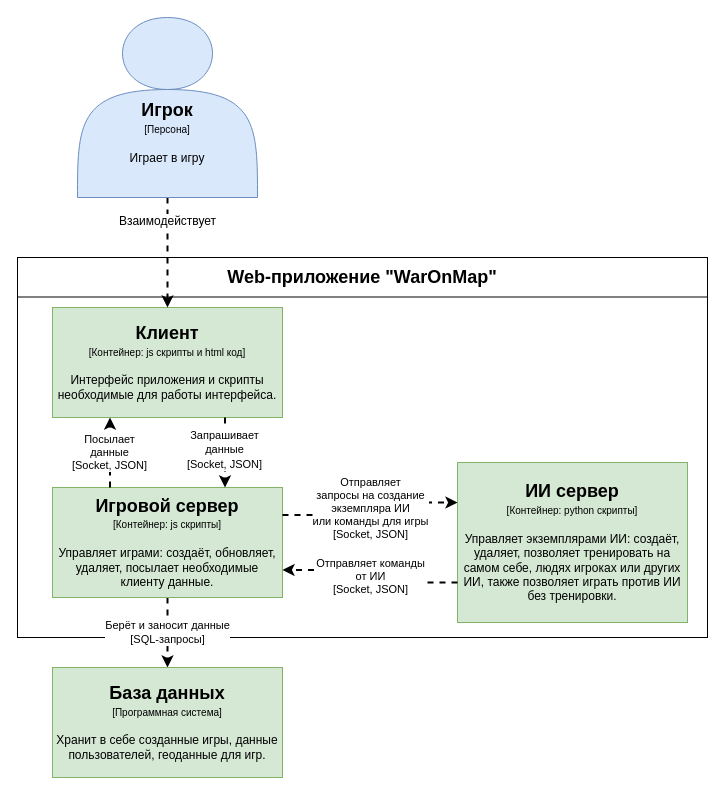
7kia/dissertation-of-master-student keeps this draw.io diagram as Модельный граф/Model-graph_Container-diagram.drawio. Above is the earlier version. Source tidied: cells renumbered, new cells numbered last; positions are measured from the earlier drawing's top-left corner, leaving out a move shared by most shapes. Both pictures are drawn from the tidied source at 100%, with x=0, y=0 at pixel (17, 17).
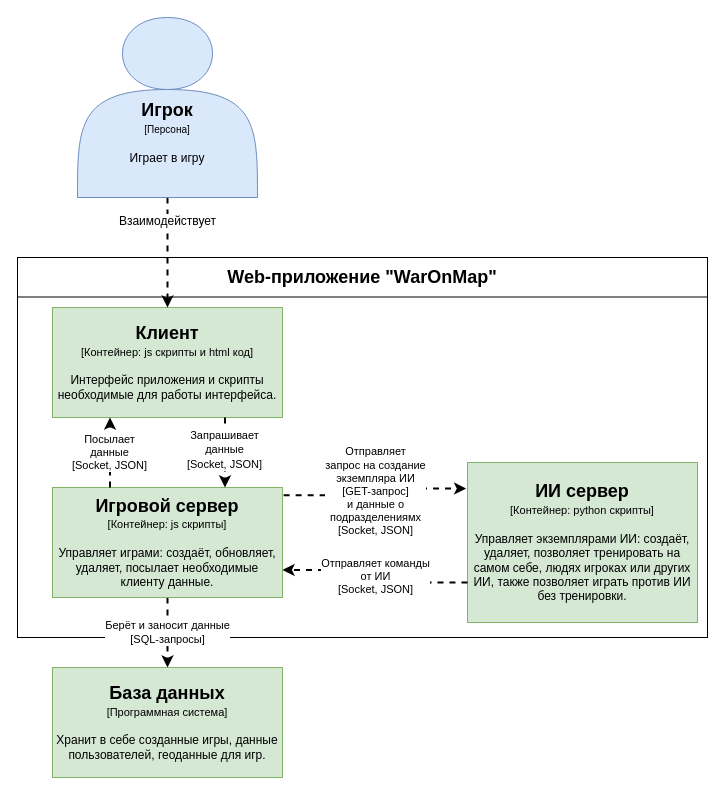
The same diagram, later.

Commit message (it also covers changes not shown here):
Добавлена диаграмма контейнеров

Diff of the diagram source:
```diff
@@
 <mxGraphModel>
   <root>
     <mxCell id="0" />
     <mxCell id="1" parent="0" />
     <mxCell id="2" style="group;" parent="1" vertex="1">
       <mxGeometry y="240" width="690" height="380" as="geometry" />
     </mxCell>
     <mxCell id="3" style="group;" parent="2" vertex="1">
       <mxGeometry width="690" height="380" as="geometry" />
     </mxCell>
     <mxCell id="4" style="rounded=0;whiteSpace=wrap;html=1;" parent="3" vertex="1">
       <mxGeometry width="690" height="380" as="geometry" />
     </mxCell>
     <mxCell id="5" value="&lt;b&gt;&lt;font style=&quot;font-size: 18px&quot;&gt;Web-приложение &quot;WarOnMap&quot;&lt;/font&gt;&lt;/b&gt;" style="rounded=0;whiteSpace=wrap;html=1;" parent="3" vertex="1">
       <mxGeometry width="690" height="39.5" as="geometry" />
     </mxCell>
-    <mxCell id="6" value="&lt;div&gt;&lt;b&gt;&lt;font style=&quot;font-size: 18px&quot;&gt;Клиент&lt;/font&gt;&lt;/b&gt;&lt;br&gt;&lt;/div&gt;&lt;div&gt;&lt;font style=&quot;font-size: 10px&quot;&gt;[&lt;/font&gt;&lt;font style=&quot;font-size: 10px&quot;&gt;&lt;span class=&quot;tlid-translation translation&quot; lang=&quot;ru&quot;&gt;&lt;span title=&quot;&quot; class=&quot;&quot;&gt;Контейнер: js скрипты и html код]&lt;/span&gt;&lt;/span&gt;&lt;/font&gt;&lt;/div&gt;&lt;div&gt;&lt;font style=&quot;font-size: 10px&quot;&gt;&lt;br&gt;&lt;/font&gt;&lt;/div&gt;&lt;div&gt;Интерфейс приложения и скрипты необходимые для работы интерфейса.&lt;br&gt;&lt;/div&gt;" style="rounded=0;whiteSpace=wrap;html=1;fillColor=#d5e8d4;strokeColor=#82b366;" parent="3" vertex="1">
+    <mxCell id="6" value="&lt;div&gt;&lt;b&gt;&lt;font style=&quot;font-size: 18px&quot;&gt;Клиент&lt;/font&gt;&lt;/b&gt;&lt;br&gt;&lt;/div&gt;&lt;div&gt;&lt;font style=&quot;font-size: 11px&quot;&gt;[&lt;/font&gt;&lt;font style=&quot;font-size: 11px&quot;&gt;&lt;span class=&quot;tlid-translation translation&quot; lang=&quot;ru&quot;&gt;&lt;span title=&quot;&quot; class=&quot;&quot;&gt;Контейнер: js скрипты и html код]&lt;/span&gt;&lt;/span&gt;&lt;/font&gt;&lt;/div&gt;&lt;div&gt;&lt;font style=&quot;font-size: 10px&quot;&gt;&lt;br&gt;&lt;/font&gt;&lt;/div&gt;&lt;div&gt;Интерфейс приложения и скрипты необходимые для работы интерфейса.&lt;br&gt;&lt;/div&gt;" style="rounded=0;whiteSpace=wrap;html=1;fillColor=#d5e8d4;strokeColor=#82b366;" parent="3" vertex="1">
       <mxGeometry x="35" y="50" width="230" height="110" as="geometry" />
     </mxCell>
+    <mxCell id="15" value="&lt;div&gt;&lt;b&gt;&lt;font style=&quot;font-size: 18px&quot;&gt;ИИ сервер&lt;/font&gt;&lt;/b&gt;&lt;br&gt;&lt;/div&gt;&lt;div&gt;&lt;font style=&quot;font-size: 11px&quot;&gt;[&lt;/font&gt;&lt;font style=&quot;font-size: 11px&quot;&gt;&lt;span class=&quot;tlid-translation translation&quot; lang=&quot;ru&quot;&gt;&lt;span title=&quot;&quot; class=&quot;&quot;&gt;Контейнер: python скрипты]&lt;/span&gt;&lt;/span&gt;&lt;/font&gt;&lt;/div&gt;&lt;div&gt;&lt;font style=&quot;font-size: 10px&quot;&gt;&lt;br&gt;&lt;/font&gt;&lt;/div&gt;&lt;div&gt;Управляет экземплярами ИИ: создаёт, удаляет, позволяет тренировать на самом себе, людях игроках или других ИИ, также позволяет играть против ИИ без тренировки.&lt;br&gt;&lt;/div&gt;" style="rounded=0;whiteSpace=wrap;html=1;fillColor=#d5e8d4;strokeColor=#82b366;" parent="3" vertex="1">
+      <mxGeometry x="450" y="205" width="230" height="160" as="geometry" />
+    </mxCell>
     <mxCell id="7" value="&lt;div&gt;Берёт и заносит данные&lt;/div&gt;&lt;div&gt;[SQL-запросы]&lt;br&gt;&lt;/div&gt;" style="edgeStyle=orthogonalEdgeStyle;rounded=0;jettySize=auto;html=1;dashed=1;strokeWidth=2;exitX=0.5;exitY=1;exitDx=0;exitDy=0;" parent="1" edge="1" source="11" target="10">
       <mxGeometry relative="1" as="geometry" />
     </mxCell>
     <mxCell id="8" value="&lt;font style=&quot;font-size: 12px&quot;&gt;Взаимодействует&lt;/font&gt;" style="edgeStyle=orthogonalEdgeStyle;rounded=0;jettySize=auto;html=1;exitX=0.5;exitY=1;exitDx=0;exitDy=0;entryX=0.5;entryY=0;entryDx=0;entryDy=0;dashed=1;strokeWidth=2;" parent="1" edge="1" source="9" target="6">
       <mxGeometry x="-0.57" relative="1" as="geometry" />
     </mxCell>
     <mxCell id="9" value="&lt;div&gt;&lt;br&gt;&lt;/div&gt;&lt;div&gt;&lt;br&gt;&lt;/div&gt;&lt;div&gt;&lt;b&gt;&lt;font style=&quot;font-size: 18px&quot;&gt;&lt;br&gt;&lt;/font&gt;&lt;/b&gt;&lt;/div&gt;&lt;div&gt;&lt;b&gt;&lt;font style=&quot;font-size: 18px&quot;&gt;Игрок&lt;br&gt;&lt;/font&gt;&lt;/b&gt;&lt;/div&gt;&lt;div&gt;&lt;font style=&quot;font-size: 10px&quot;&gt;[Персона]&lt;/font&gt;&lt;/div&gt;&lt;div&gt;&lt;font style=&quot;font-size: 10px&quot;&gt;&lt;br&gt;&lt;/font&gt;&lt;/div&gt;&lt;div&gt;Играет в игру&lt;br&gt;&lt;/div&gt;" style="shape=actor;whiteSpace=wrap;html=1;fillColor=#dae8fc;strokeColor=#6c8ebf;" parent="1" vertex="1">
       <mxGeometry x="60" width="180" height="180" as="geometry" />
     </mxCell>
-    <mxCell id="10" value="&lt;div&gt;&lt;b&gt;&lt;font style=&quot;font-size: 18px&quot;&gt;База данных&lt;/font&gt;&lt;/b&gt;&lt;br&gt;&lt;/div&gt;&lt;div&gt;&lt;font style=&quot;font-size: 10px&quot;&gt;[&lt;/font&gt;&lt;font style=&quot;font-size: 10px&quot;&gt;&lt;span class=&quot;tlid-translation translation&quot; lang=&quot;ru&quot;&gt;&lt;span title=&quot;&quot; class=&quot;&quot;&gt;Программная система&lt;/span&gt;&lt;/span&gt;]&lt;/font&gt;&lt;/div&gt;&lt;div&gt;&lt;font style=&quot;font-size: 10px&quot;&gt;&lt;br&gt;&lt;/font&gt;&lt;/div&gt;&lt;div&gt;Хранит в себе созданные игры, данные пользователей, геоданные для игр.&lt;br&gt;&lt;/div&gt;" style="rounded=0;whiteSpace=wrap;html=1;fillColor=#d5e8d4;strokeColor=#82b366;" parent="1" vertex="1">
+    <mxCell id="10" value="&lt;div&gt;&lt;b&gt;&lt;font style=&quot;font-size: 18px&quot;&gt;База данных&lt;/font&gt;&lt;/b&gt;&lt;br&gt;&lt;/div&gt;&lt;div&gt;&lt;font style=&quot;font-size: 11px&quot;&gt;[&lt;/font&gt;&lt;font style=&quot;font-size: 11px&quot;&gt;&lt;span class=&quot;tlid-translation translation&quot; lang=&quot;ru&quot;&gt;&lt;span title=&quot;&quot; class=&quot;&quot;&gt;Программная система&lt;/span&gt;&lt;/span&gt;]&lt;/font&gt;&lt;/div&gt;&lt;div&gt;&lt;font style=&quot;font-size: 10px&quot;&gt;&lt;br&gt;&lt;/font&gt;&lt;/div&gt;&lt;div&gt;Хранит в себе созданные игры, данные пользователей, геоданные для игр.&lt;br&gt;&lt;/div&gt;" style="rounded=0;whiteSpace=wrap;html=1;fillColor=#d5e8d4;strokeColor=#82b366;" parent="1" vertex="1">
       <mxGeometry x="35" y="650" width="230" height="110" as="geometry" />
     </mxCell>
-    <mxCell id="11" value="&lt;div&gt;&lt;b&gt;&lt;font style=&quot;font-size: 18px&quot;&gt;Игровой сервер&lt;/font&gt;&lt;/b&gt;&lt;br&gt;&lt;/div&gt;&lt;div&gt;&lt;font style=&quot;font-size: 10px&quot;&gt;[&lt;/font&gt;&lt;font style=&quot;font-size: 10px&quot;&gt;&lt;span class=&quot;tlid-translation translation&quot; lang=&quot;ru&quot;&gt;&lt;span title=&quot;&quot; class=&quot;&quot;&gt;Контейнер: js скрипты]&lt;/span&gt;&lt;/span&gt;&lt;/font&gt;&lt;/div&gt;&lt;div&gt;&lt;font style=&quot;font-size: 10px&quot;&gt;&lt;br&gt;&lt;/font&gt;&lt;/div&gt;&lt;div&gt;Управляет играми: создаёт, обновляет, удаляет, посылает необходимые клиенту данные.&lt;br&gt;&lt;/div&gt;" style="rounded=0;whiteSpace=wrap;html=1;fillColor=#d5e8d4;strokeColor=#82b366;" parent="1" vertex="1">
+    <mxCell id="11" value="&lt;div&gt;&lt;b&gt;&lt;font style=&quot;font-size: 18px&quot;&gt;Игровой сервер&lt;/font&gt;&lt;/b&gt;&lt;br&gt;&lt;/div&gt;&lt;div&gt;&lt;font style=&quot;font-size: 11px&quot;&gt;[&lt;/font&gt;&lt;font style=&quot;font-size: 11px&quot;&gt;&lt;span class=&quot;tlid-translation translation&quot; lang=&quot;ru&quot;&gt;&lt;span title=&quot;&quot; class=&quot;&quot;&gt;Контейнер: js скрипты]&lt;/span&gt;&lt;/span&gt;&lt;/font&gt;&lt;/div&gt;&lt;div&gt;&lt;font style=&quot;font-size: 10px&quot;&gt;&lt;br&gt;&lt;/font&gt;&lt;/div&gt;&lt;div&gt;Управляет играми: создаёт, обновляет, удаляет, посылает необходимые клиенту данные.&lt;br&gt;&lt;/div&gt;" style="rounded=0;whiteSpace=wrap;html=1;fillColor=#d5e8d4;strokeColor=#82b366;" parent="1" vertex="1">
       <mxGeometry x="35" y="470" width="230" height="110" as="geometry" />
     </mxCell>
     <mxCell id="12" style="edgeStyle=orthogonalEdgeStyle;rounded=0;jettySize=auto;html=1;exitX=0.75;exitY=1;exitDx=0;exitDy=0;entryX=0.75;entryY=0;entryDx=0;entryDy=0;dashed=1;strokeWidth=2;" parent="1" edge="1" source="6" target="11">
       <mxGeometry relative="1" as="geometry" />
     </mxCell>
     <mxCell id="13" value="&lt;div&gt;&lt;font style=&quot;font-size: 11px&quot;&gt;Запрашивает&lt;/font&gt;&lt;/div&gt;&lt;div&gt;&lt;font style=&quot;font-size: 11px&quot;&gt; данные&lt;/font&gt;&lt;/div&gt;&lt;div&gt;&lt;font style=&quot;font-size: 11px&quot;&gt;&lt;font style=&quot;font-size: 11px&quot; size=&quot;3&quot;&gt;[Socket, JSON]&lt;/font&gt;&lt;/font&gt;&lt;/div&gt;" style="text;html=1;align=center;verticalAlign=middle;labelBackgroundColor=#ffffff;" parent="12" vertex="1">
       <mxGeometry x="0.15" y="-1" relative="1" as="geometry">
         <mxPoint y="-9" as="offset" />
       </mxGeometry>
     </mxCell>
     <mxCell id="14" value="&lt;div&gt;&lt;font style=&quot;font-size: 11px&quot;&gt;Посылает&lt;/font&gt;&lt;/div&gt;&lt;div&gt;&lt;font style=&quot;font-size: 11px&quot; size=&quot;3&quot;&gt;данные&lt;br&gt;&lt;/font&gt;&lt;/div&gt;&lt;div&gt;&lt;font style=&quot;font-size: 11px&quot; size=&quot;3&quot;&gt;[Socket, JSON]&lt;br&gt;&lt;/font&gt;&lt;/div&gt;" style="edgeStyle=orthogonalEdgeStyle;rounded=0;jettySize=auto;html=1;exitX=0.25;exitY=0;exitDx=0;exitDy=0;entryX=0.25;entryY=1;entryDx=0;entryDy=0;dashed=1;strokeWidth=2;" parent="1" edge="1" source="11" target="6">
       <mxGeometry relative="1" as="geometry" />
     </mxCell>
-    <mxCell id="15" value="&lt;div&gt;&lt;b&gt;&lt;font style=&quot;font-size: 18px&quot;&gt;ИИ сервер&lt;/font&gt;&lt;/b&gt;&lt;br&gt;&lt;/div&gt;&lt;div&gt;&lt;font style=&quot;font-size: 10px&quot;&gt;[&lt;/font&gt;&lt;font style=&quot;font-size: 10px&quot;&gt;&lt;span class=&quot;tlid-translation translation&quot; lang=&quot;ru&quot;&gt;&lt;span title=&quot;&quot; class=&quot;&quot;&gt;Контейнер: python скрипты]&lt;/span&gt;&lt;/span&gt;&lt;/font&gt;&lt;/div&gt;&lt;div&gt;&lt;font style=&quot;font-size: 10px&quot;&gt;&lt;br&gt;&lt;/font&gt;&lt;/div&gt;&lt;div&gt;Управляет экземплярами ИИ: создаёт, удаляет, позволяет тренировать на самом себе, людях игроках или других ИИ, также позволяет играть против ИИ без тренировки.&lt;br&gt;&lt;/div&gt;" style="rounded=0;whiteSpace=wrap;html=1;fillColor=#d5e8d4;strokeColor=#82b366;" parent="1" vertex="1">
-      <mxGeometry x="440" y="445" width="230" height="160" as="geometry" />
-    </mxCell>
-    <mxCell id="16" value="&lt;div&gt;Отправляет&lt;/div&gt;&lt;div&gt;запросы на создание &lt;br&gt;&lt;/div&gt;&lt;div&gt;экземпляра ИИ &lt;br&gt;&lt;/div&gt;&lt;div&gt;или команды для игры&lt;/div&gt;&lt;div&gt;[Socket, JSON]&lt;/div&gt;" style="edgeStyle=orthogonalEdgeStyle;rounded=0;jettySize=auto;html=1;exitX=1;exitY=0.25;exitDx=0;exitDy=0;entryX=0;entryY=0.25;entryDx=0;entryDy=0;dashed=1;strokeWidth=2;" parent="1" edge="1" source="11" target="15">
+    <mxCell id="16" value="&lt;div&gt;Отправляет&lt;/div&gt;&lt;div&gt;запрос на создание &lt;br&gt;&lt;/div&gt;&lt;div&gt;экземпляра ИИ&lt;/div&gt;&lt;div&gt;[&lt;span class=&quot;pl-en&quot;&gt;&lt;span class=&quot;pl-s&quot;&gt;GET-запрос&lt;/span&gt;&lt;/span&gt;] &lt;br&gt;&lt;/div&gt;&lt;div&gt;и данные о&lt;/div&gt;&lt;div&gt; подразделениямх&lt;/div&gt;&lt;div&gt;[Socket, JSON]&lt;/div&gt;" style="edgeStyle=orthogonalEdgeStyle;rounded=0;jettySize=auto;html=1;exitX=1.005;exitY=0.07;exitDx=0;exitDy=0;entryX=-0.006;entryY=0.163;entryDx=0;entryDy=0;dashed=1;strokeWidth=2;exitPerimeter=0;entryPerimeter=0;" parent="1" edge="1" source="11" target="15">
       <mxGeometry relative="1" as="geometry" />
     </mxCell>
     <mxCell id="17" value="&lt;div&gt;Отправляет команды&lt;/div&gt;&lt;div&gt;от ИИ&lt;/div&gt;&lt;div&gt;[Socket, JSON]&lt;br&gt;&lt;/div&gt;" style="edgeStyle=orthogonalEdgeStyle;rounded=0;jettySize=auto;html=1;exitX=0;exitY=0.75;exitDx=0;exitDy=0;entryX=1;entryY=0.75;entryDx=0;entryDy=0;dashed=1;strokeWidth=2;" parent="1" edge="1" source="15" target="11">
       <mxGeometry relative="1" as="geometry" />
     </mxCell>
   </root>
 </mxGraphModel>
```
